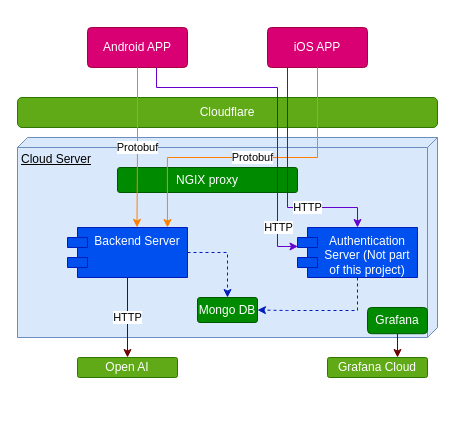
Before: SystemDiagram.drawio in djochim/cs_se_project, a draw.io diagram. Source tidied: cells renumbered, new cells numbered last; positions are measured from the earlier drawing's top-left corner, leaving out a move shared by most shapes. Both pictures are drawn from the tidied source at 100%, with x=0, y=0 at pixel (17, 27).
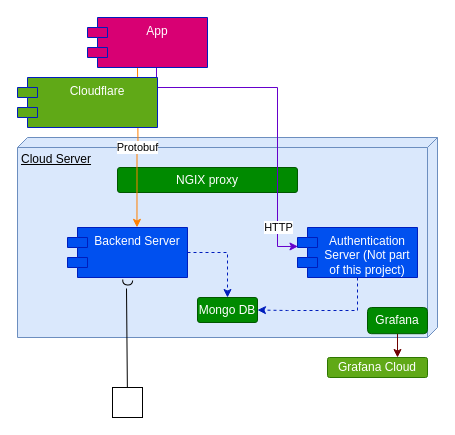
Above is the later version.

The change refers to these unchanged cells:
```xml
<mxCell id="2" value="Cloud Server" style="verticalAlign=top;align=left;spacingTop=8;spacingLeft=2;spacingRight=12;shape=cube;size=10;direction=south;fontStyle=4;html=1;whiteSpace=wrap;fillColor=#dae8fc;strokeColor=#6C8EBF;" parent="1" vertex="1">
  <mxGeometry y="110" width="420" height="200" as="geometry" />
</mxCell>
<mxCell id="6" value="Backend Server" style="shape=module;align=center;spacingLeft=20;align=center;verticalAlign=top;whiteSpace=wrap;html=1;strokeColor=#001DBC;fontFamily=Helvetica;fontSize=12;fontColor=#ffffff;fillColor=#0050ef;" parent="1" vertex="1">
  <mxGeometry x="50" y="200" width="120" height="50" as="geometry" />
</mxCell>
<mxCell id="8" value="Authentication Server (Not part of this project)" style="shape=module;align=center;spacingLeft=20;align=center;verticalAlign=top;whiteSpace=wrap;html=1;fontFamily=Helvetica;fontSize=12;fillColor=#0050ef;fontColor=#ffffff;strokeColor=#001DBC;" parent="1" vertex="1">
  <mxGeometry x="280" y="200" width="120" height="50" as="geometry" />
</mxCell>
```

Diff of the diagram source:
```diff
@@
-    <mxCell id="5" value="&lt;span&gt;HTTP&lt;/span&gt;" style="edgeStyle=orthogonalEdgeStyle;rounded=0;jettySize=auto;html=1;fillColor=#a20025;strokeColor=#6F0000;" parent="1" edge="1" source="6" target="12">
-      <mxGeometry x="0.01" relative="1" as="geometry" />
-    </mxCell>
@@
-    <mxCell id="9" value="Android APP" style="rounded=1;arcSize=10;whiteSpace=wrap;html=1;align=center;strokeColor=#A50040;verticalAlign=middle;fontFamily=Helvetica;fontSize=12;fontColor=#ffffff;fillColor=#d80073;" parent="1" vertex="1">
-      <mxGeometry x="70" width="100" height="40" as="geometry" />
-    </mxCell>
-    <mxCell id="10" value="iOS APP" style="rounded=1;arcSize=10;whiteSpace=wrap;html=1;align=center;strokeColor=#A50040;verticalAlign=middle;fontFamily=Helvetica;fontSize=12;fontColor=#ffffff;fillColor=#d80073;" parent="1" vertex="1">
-      <mxGeometry x="250" width="100" height="40" as="geometry" />
-    </mxCell>
@@
-    <mxCell id="12" value="Open AI" style="rounded=1;arcSize=10;whiteSpace=wrap;html=1;align=center;strokeColor=#2D7600;verticalAlign=middle;fontFamily=Helvetica;fontSize=12;fontColor=#ffffff;fillColor=#60a917;" parent="1" vertex="1">
-      <mxGeometry x="60" y="330" width="100" height="20" as="geometry" />
-    </mxCell>
-    <mxCell id="13" value="Cloudflare" style="rounded=1;whiteSpace=wrap;html=1;fillColor=#60a917;fontColor=#ffffff;strokeColor=#2D7600;" parent="1" vertex="1">
-      <mxGeometry y="70" width="420" height="30" as="geometry" />
-    </mxCell>
-    <mxCell id="14" value="Protobuf" style="edgeStyle=orthogonalEdgeStyle;rounded=0;jettySize=auto;html=1;entryX=0.579;entryY=-0.002;entryDx=0;entryDy=0;entryPerimeter=0;fillColor=#fad7ac;strokeColor=#FF8000;" parent="1" edge="1" source="9" target="6">
-      <mxGeometry relative="1" as="geometry" />
+    <mxCell id="14" value="Protobuf" style="edgeStyle=orthogonalEdgeStyle;rounded=0;jettySize=auto;html=1;entryX=0.579;entryY=-0.002;entryDx=0;entryDy=0;entryPerimeter=0;fillColor=#fad7ac;strokeColor=#FF8000;" parent="1" edge="1" target="6">
+      <mxGeometry relative="1" as="geometry">
+        <mxPoint x="120" y="40" as="sourcePoint" />
+      </mxGeometry>
     </mxCell>
-    <mxCell id="15" value="Protobuf" style="edgeStyle=orthogonalEdgeStyle;rounded=0;jettySize=auto;html=1;entryX=0.45;entryY=0.643;entryDx=0;entryDy=0;entryPerimeter=0;strokeColor=#FF8000;" parent="1" edge="1" source="10" target="2">
-      <mxGeometry relative="1" as="geometry">
-        <Array as="points">
-          <mxPoint x="300" y="130" />
-          <mxPoint x="150" y="130" />
-        </Array>
-      </mxGeometry>
-    </mxCell>
-    <mxCell id="16" value="HTTP" style="edgeStyle=orthogonalEdgeStyle;rounded=0;jettySize=auto;html=1;strokeColor=#6600CC;" parent="1" edge="1" source="10" target="8">
-      <mxGeometry x="0.39" relative="1" as="geometry">
-        <Array as="points">
-          <mxPoint x="270" y="180" />
-          <mxPoint x="340" y="180" />
-        </Array>
-      </mxGeometry>
-    </mxCell>
-    <mxCell id="17" style="edgeStyle=orthogonalEdgeStyle;rounded=0;jettySize=auto;html=1;entryX=0.004;entryY=0.379;entryDx=0;entryDy=0;entryPerimeter=0;exitX=0.69;exitY=1.01;exitDx=0;exitDy=0;exitPerimeter=0;strokeColor=#6600CC;" parent="1" edge="1" source="9" target="8">
+    <mxCell id="17" style="edgeStyle=orthogonalEdgeStyle;rounded=0;jettySize=auto;html=1;entryX=0.004;entryY=0.379;entryDx=0;entryDy=0;entryPerimeter=0;exitX=0.69;exitY=1.01;exitDx=0;exitDy=0;exitPerimeter=0;strokeColor=#6600CC;" parent="1" edge="1" target="8">
       <mxGeometry relative="1" as="geometry">
+        <mxPoint x="139" y="40.4" as="sourcePoint" />
         <Array as="points">
           <mxPoint x="139" y="60" />
           <mxPoint x="260" y="60" />
           <mxPoint x="260" y="219" />
         </Array>
       </mxGeometry>
     </mxCell>
@@
+    <mxCell id="22" value="App" style="shape=module;align=center;spacingLeft=20;align=center;verticalAlign=top;whiteSpace=wrap;html=1;strokeColor=#001DBC;fontFamily=Helvetica;fontSize=12;fontColor=#ffffff;fillColor=#D80073;" parent="1" vertex="1">
+      <mxGeometry x="70" y="-10" width="120" height="50" as="geometry" />
+    </mxCell>
+    <mxCell id="23" style="html=1;rounded=0;" parent="1" vertex="1">
+      <mxGeometry x="95" y="360" width="30" height="30" as="geometry" />
+    </mxCell>
+    <mxCell id="24" style="endArrow=none;html=1;rounded=0;align=center;verticalAlign=top;endFill=0;labelBackgroundColor=none;endSize=2;entryX=1.713;entryY=0.453;entryDx=0;entryDy=0;entryPerimeter=0;" parent="1" edge="1" source="23" target="25">
+      <mxGeometry relative="1" as="geometry" />
+    </mxCell>
+    <mxCell id="25" style="shape=requiredInterface;html=1;fontSize=11;align=center;fillColor=none;points=[];verticalAlign=bottom;labelPosition=center;verticalLabelPosition=top;flipH=1;rotation=-85;" parent="1" vertex="1">
+      <mxGeometry x="107.5" y="250" width="5" height="10" as="geometry" />
+    </mxCell>
+    <mxCell id="13" value="Cloudflare" style="shape=module;align=center;spacingLeft=20;align=center;verticalAlign=top;whiteSpace=wrap;html=1;strokeColor=#001DBC;fontFamily=Helvetica;fontSize=12;fontColor=#ffffff;fillColor=#60A917;" parent="1" vertex="1">
+      <mxGeometry y="50" width="140" height="50" as="geometry" />
+    </mxCell>
```
